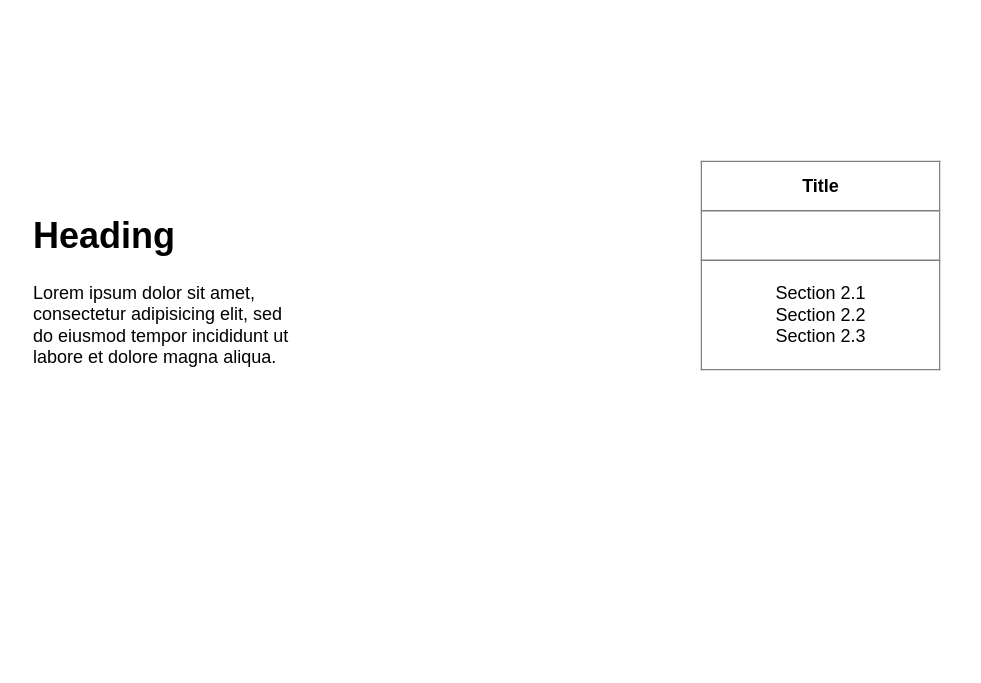
qdore/ubold keeps this draw.io diagram as frontend/中台架构.drawio. Above is the earlier version. Source tidied: cells renumbered, new cells numbered last; positions are measured from the earlier drawing's top-left corner, leaving out a move shared by most shapes. Both pictures are drawn from the tidied source at 150%, with x=0, y=0 at pixel (26, 160).
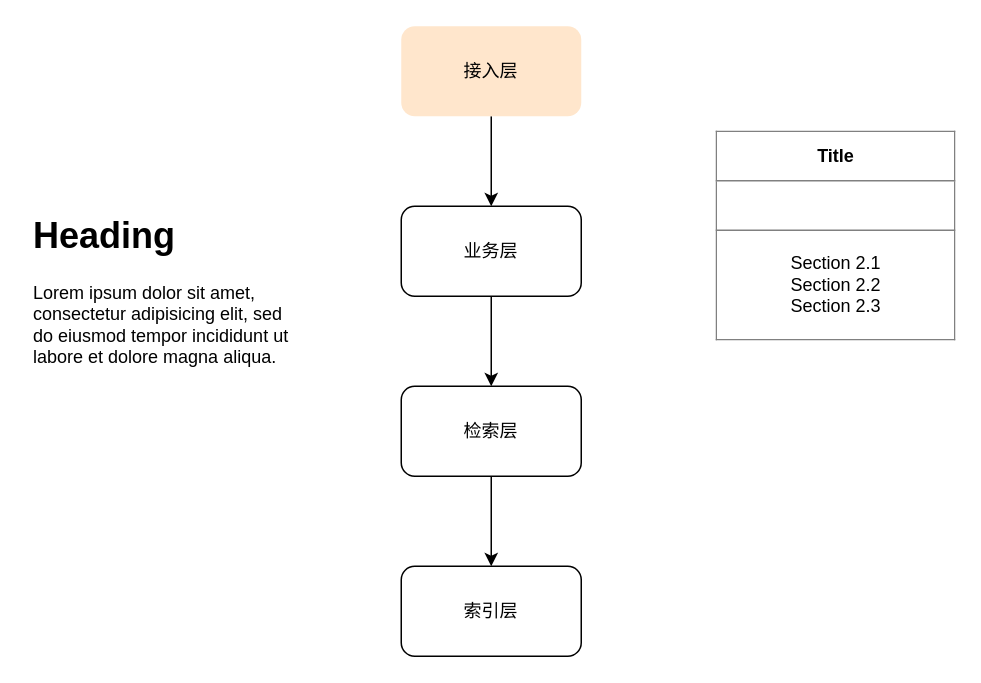
Above is the later version.

Change to the diagram source:
```diff
@@
 <mxGraphModel>
   <root>
     <mxCell id="0" />
     <mxCell id="1" parent="0" />
     <mxCell id="2" value="&lt;h1&gt;Heading&lt;/h1&gt;&lt;p&gt;Lorem ipsum dolor sit amet, consectetur adipisicing elit, sed do eiusmod tempor incididunt ut labore et dolore magna aliqua.&lt;/p&gt;" style="text;html=1;strokeColor=none;fillColor=none;spacing=5;spacingTop=-20;whiteSpace=wrap;overflow=hidden;rounded=0;" parent="1" vertex="1">
       <mxGeometry y="30" width="190" height="120" as="geometry" />
     </mxCell>
     <mxCell id="3" value="&lt;table border=&quot;1&quot; width=&quot;100%&quot; cellpadding=&quot;4&quot; style=&quot;width: 100% ; height: 100% ; border-collapse: collapse&quot;&gt;&lt;tbody&gt;&lt;tr&gt;&lt;th align=&quot;center&quot;&gt;&lt;b&gt;Title&lt;/b&gt;&lt;/th&gt;&lt;/tr&gt;&lt;tr&gt;&lt;td align=&quot;center&quot;&gt;&lt;br&gt;&lt;/td&gt;&lt;/tr&gt;&lt;tr&gt;&lt;td align=&quot;center&quot;&gt;Section 2.1&lt;br&gt;Section 2.2&lt;br&gt;Section 2.3&lt;/td&gt;&lt;/tr&gt;&lt;/tbody&gt;&lt;/table&gt;" style="text;html=1;strokeColor=none;fillColor=none;overflow=fill;" parent="1" vertex="1">
-      <mxGeometry x="450" width="160" height="140" as="geometry" />
+      <mxGeometry x="460" y="-20" width="160" height="140" as="geometry" />
     </mxCell>
+    <mxCell id="4" style="edgeStyle=orthogonalEdgeStyle;rounded=0;jettySize=auto;html=1;exitX=0.5;exitY=1;exitDx=0;exitDy=0;entryX=0.5;entryY=0;entryDx=0;entryDy=0;" parent="1" edge="1" source="5" target="7">
+      <mxGeometry relative="1" as="geometry" />
+    </mxCell>
+    <mxCell id="5" value="接入层" style="rounded=1;whiteSpace=wrap;html=1;fillColor=#ffe6cc;strokeColor=none;" parent="1" vertex="1">
+      <mxGeometry x="250" y="-90" width="120" height="60" as="geometry" />
+    </mxCell>
+    <mxCell id="6" style="edgeStyle=orthogonalEdgeStyle;rounded=0;jettySize=auto;html=1;exitX=0.5;exitY=1;exitDx=0;exitDy=0;entryX=0.5;entryY=0;entryDx=0;entryDy=0;" parent="1" edge="1" source="7" target="9">
+      <mxGeometry relative="1" as="geometry" />
+    </mxCell>
+    <mxCell id="7" value="业务层" style="rounded=1;whiteSpace=wrap;html=1;" parent="1" vertex="1">
+      <mxGeometry x="250" y="30" width="120" height="60" as="geometry" />
+    </mxCell>
+    <mxCell id="8" style="edgeStyle=orthogonalEdgeStyle;rounded=0;jettySize=auto;html=1;exitX=0.5;exitY=1;exitDx=0;exitDy=0;entryX=0.5;entryY=0;entryDx=0;entryDy=0;" parent="1" edge="1" source="9" target="10">
+      <mxGeometry relative="1" as="geometry" />
+    </mxCell>
+    <mxCell id="9" value="检索层" style="rounded=1;whiteSpace=wrap;html=1;" parent="1" vertex="1">
+      <mxGeometry x="250" y="150" width="120" height="60" as="geometry" />
+    </mxCell>
+    <mxCell id="10" value="索引层" style="rounded=1;whiteSpace=wrap;html=1;" parent="1" vertex="1">
+      <mxGeometry x="250" y="270" width="120" height="60" as="geometry" />
+    </mxCell>
   </root>
 </mxGraphModel>
```
